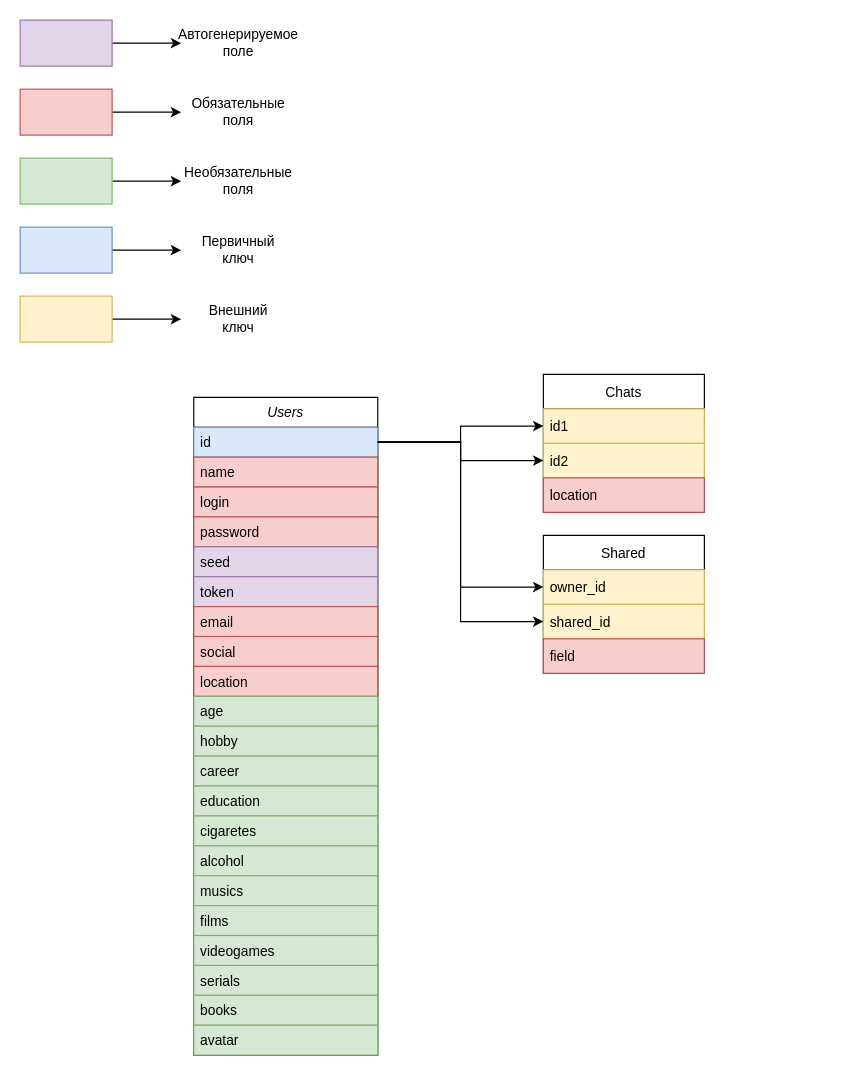
The draw.io diagram db_scheme.drawio in Morugar/say.u, before the edit. Source tidied: cells renumbered, new cells numbered last; positions are measured from the earlier drawing's top-left corner, leaving out a move shared by most shapes. Both pictures are drawn from the tidied source at 115%, with x=0, y=0 at pixel (20, 20).
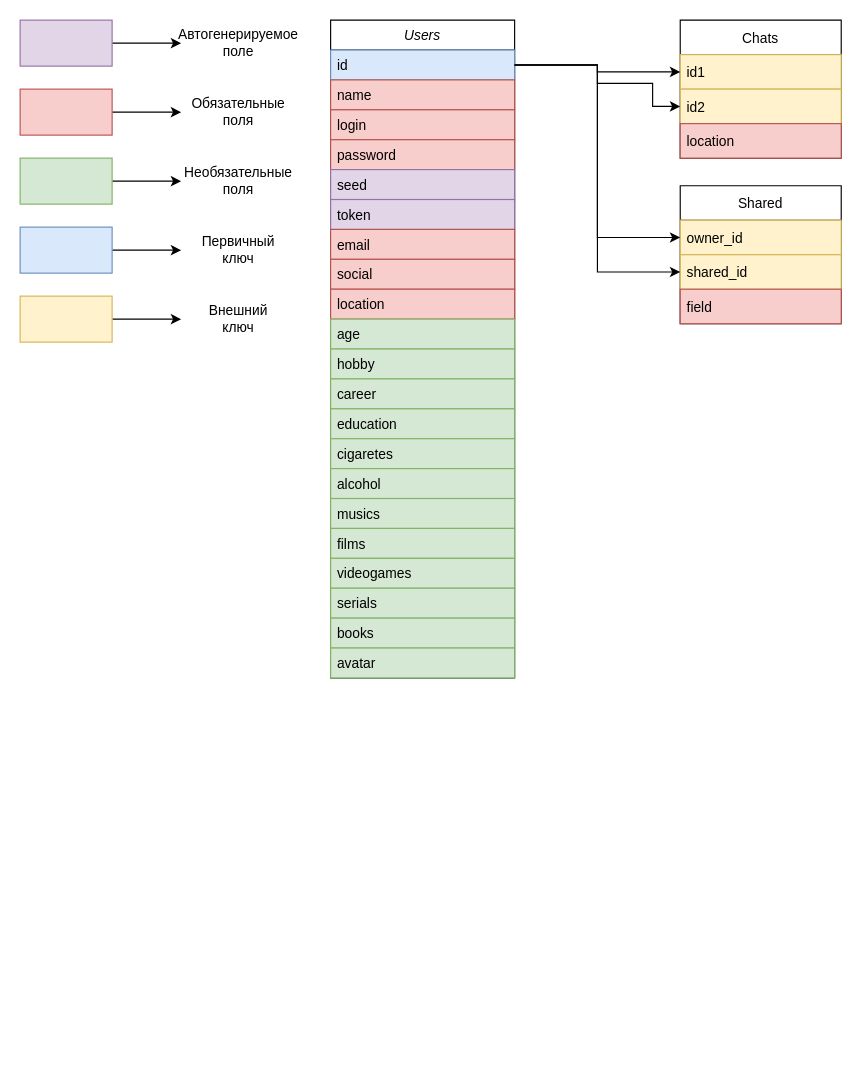
Above is the later version.

The change refers to these unchanged cells:
```xml
<mxCell id="3" value="id" style="text;align=left;verticalAlign=top;spacingLeft=4;spacingRight=4;overflow=hidden;points=[[0,0.5],[1,0.5]];portConstraint=eastwest;fillColor=#dae8fc;strokeColor=#6c8ebf;" parent="2" vertex="1">
  <mxGeometry y="26" width="160" height="26" as="geometry" />
</mxCell>
<mxCell id="26" value="id2" style="text;strokeColor=#d6b656;fillColor=#fff2cc;align=left;verticalAlign=middle;spacingLeft=4;spacingRight=4;overflow=hidden;points=[[0,0.5],[1,0.5]];portConstraint=eastwest;" parent="24" vertex="1">
  <mxGeometry y="60" width="140" height="30" as="geometry" />
</mxCell>
```

Change to the diagram source:
```diff
@@
-<mxGraphModel background="#ffffff">
+<mxGraphModel>
@@
     <mxCell id="2" value="Users" style="swimlane;fontStyle=2;align=center;verticalAlign=top;horizontal=1;startSize=26;rounded=0;shadow=0;strokeWidth=1;" parent="1" vertex="1">
-      <mxGeometry x="151" y="328" width="160" height="572" as="geometry" />
+      <mxGeometry x="270" width="160" height="572" as="geometry" />
     </mxCell>
@@
     <mxCell id="24" value="Chats" style="swimlane;fontStyle=0;horizontal=1;startSize=30;" parent="1" vertex="1">
-      <mxGeometry x="455" y="308" width="140" height="120" as="geometry" />
+      <mxGeometry x="574" width="140" height="120" as="geometry" />
     </mxCell>
@@
     <mxCell id="29" style="edgeStyle=orthogonalEdgeStyle;rounded=0;jettySize=auto;html=1;entryX=0;entryY=0.5;entryDx=0;entryDy=0;" parent="1" edge="1" source="3" target="26">
       <mxGeometry relative="1" as="geometry">
         <Array as="points">
-          <mxPoint x="383" y="367" />
-          <mxPoint x="383" y="383" />
+          <mxPoint x="502" y="39" />
+          <mxPoint x="502" y="55" />
+          <mxPoint x="550" y="55" />
+          <mxPoint x="550" y="75" />
         </Array>
       </mxGeometry>
     </mxCell>
     <mxCell id="30" value="Shared" style="swimlane;fontStyle=0;horizontal=1;startSize=30;" parent="1" vertex="1">
-      <mxGeometry x="455" y="448" width="140" height="120" as="geometry" />
+      <mxGeometry x="574" y="144" width="140" height="120" as="geometry" />
     </mxCell>
```
